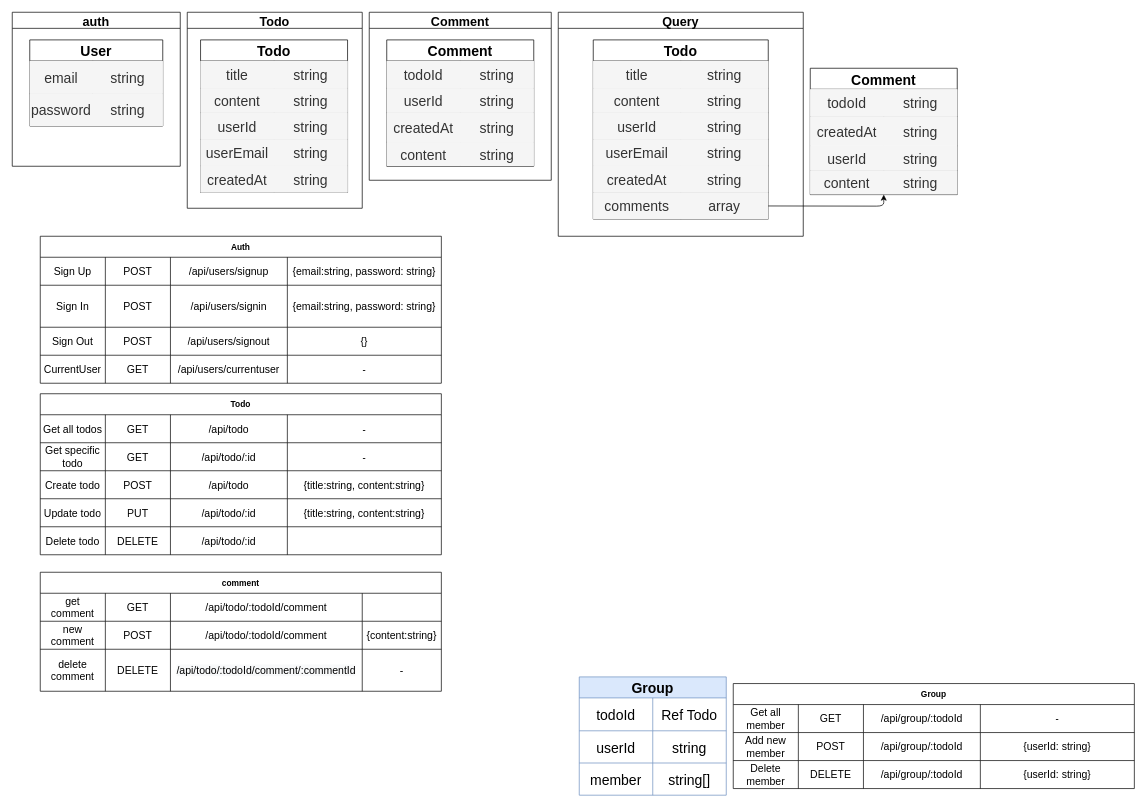
This is page "第2頁" (2 of 2) of Untitled Diagram.drawio from fan0223/TaskTracker, a draw.io file, before an edit. Source tidied: cells renumbered, new cells numbered last; positions are measured from the earlier drawing's top-left corner, leaving out a move shared by most shapes. Both pictures are drawn from the tidied source at 70%, with x=0, y=0 at pixel (12, 12).
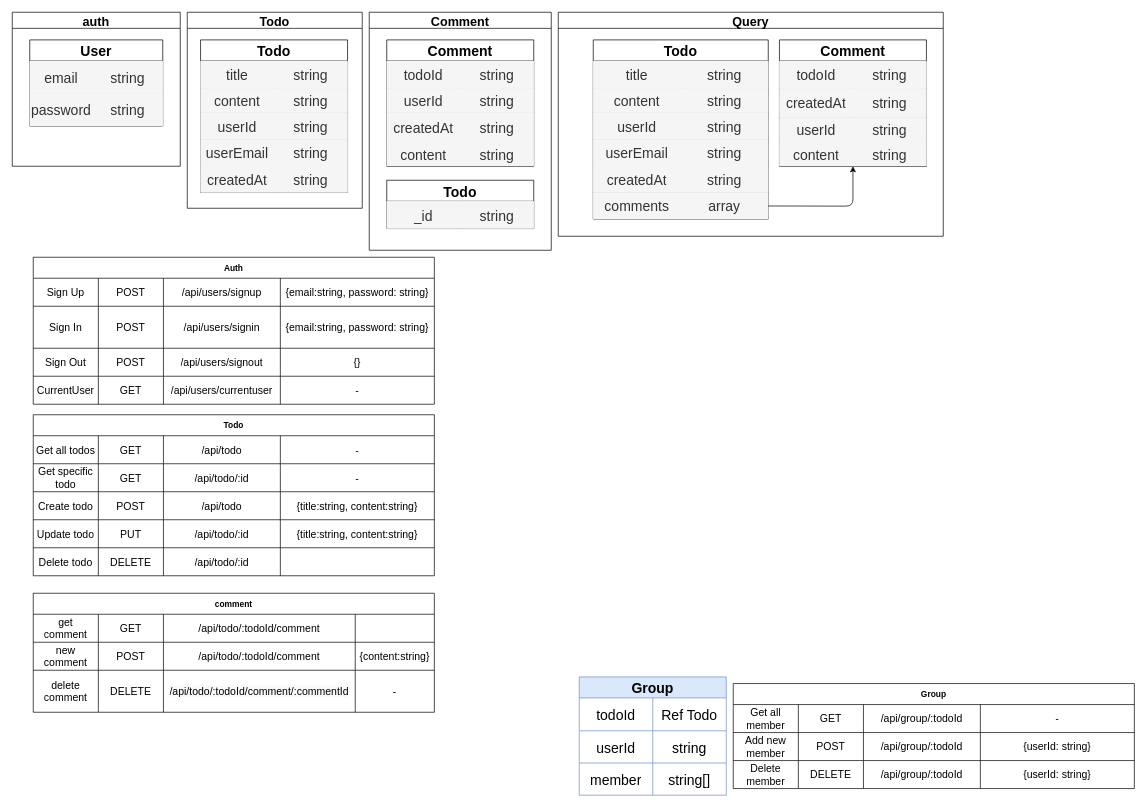
The same page after the edit.

Unchanged cells that the change refers to:
```xml
<mxCell id="131" style="shape=partialRectangle;whiteSpace=wrap;top=0;left=0;bottom=0;right=0;points=[[0,0.5],[1,0.5]];portConstraint=eastwest;rounded=0;shadow=0;sketch=0;fontSize=12;labelBackgroundColor=none;labelBorderColor=none;fillColor=#f5f5f5;fontColor=#333333;strokeColor=#666666;" parent="115" vertex="1">
  <mxGeometry y="218" width="250" height="38" as="geometry" />
</mxCell>
```

Diff of the diagram source:
```diff
@@
     <mxCell id="12" value="Auth" style="shape=table;startSize=30;childLayout=tableLayout;fontStyle=1;align=center;" parent="1" vertex="1">
-      <mxGeometry x="40" y="320" width="573" height="210" as="geometry" />
+      <mxGeometry x="30" y="350" width="573" height="210" as="geometry" />
     </mxCell>
@@
     <mxCell id="33" value="Todo" style="shape=table;startSize=30;childLayout=tableLayout;fontStyle=1;align=center;" parent="1" vertex="1">
-      <mxGeometry x="40" y="545" width="573" height="230" as="geometry" />
+      <mxGeometry x="30" y="575" width="573" height="230" as="geometry" />
     </mxCell>
@@
     <mxCell id="83" value="Comment" style="swimlane;shadow=0;fontSize=18;fillColor=default;gradientColor=#ffffff;" parent="1" vertex="1">
-      <mxGeometry x="510" width="260" height="240" as="geometry" />
+      <mxGeometry x="510" width="260" height="340" as="geometry" />
     </mxCell>
@@
+    <mxCell id="164" value="Todo" style="shape=table;startSize=30;childLayout=tableLayout;fontStyle=1;align=center;rounded=0;shadow=0;sketch=0;fontSize=20;swimlaneFillColor=none;labelBackgroundColor=none;labelBorderColor=none;fillColor=default;fontColor=default;strokeColor=default;" parent="83" vertex="1">
+      <mxGeometry x="25" y="240" width="210" height="69" as="geometry" />
+    </mxCell>
+    <mxCell id="165" style="shape=partialRectangle;whiteSpace=wrap;top=0;left=0;bottom=0;right=0;rounded=0;shadow=0;sketch=0;fontSize=12;labelBackgroundColor=none;labelBorderColor=none;fillColor=#f5f5f5;fontColor=#333333;strokeColor=#666666;" parent="164" vertex="1">
+      <mxGeometry y="30" width="210" height="39" as="geometry" />
+    </mxCell>
+    <mxCell id="166" value="_id" style="shape=partialRectangle;whiteSpace=wrap;top=0;left=0;bottom=0;right=0;overflow=hidden;rounded=0;shadow=0;sketch=0;fontSize=20;labelBackgroundColor=none;labelBorderColor=none;fillColor=#f5f5f5;fontColor=#333333;strokeColor=#666666;" parent="165" vertex="1">
+      <mxGeometry width="105" height="39" as="geometry" />
+    </mxCell>
+    <mxCell id="167" value="string" style="shape=partialRectangle;whiteSpace=wrap;top=0;left=0;bottom=0;right=0;overflow=hidden;rounded=0;shadow=0;sketch=0;fontSize=20;labelBackgroundColor=none;labelBorderColor=none;fillColor=#f5f5f5;fontColor=#333333;strokeColor=#666666;" parent="165" vertex="1">
+      <mxGeometry x="105" width="105" height="39" as="geometry" />
+    </mxCell>
@@
     <mxCell id="114" value="Query" style="swimlane;shadow=0;fontSize=18;fillColor=default;gradientColor=#ffffff;" parent="1" vertex="1">
-      <mxGeometry x="780" width="350" height="320" as="geometry" />
+      <mxGeometry x="780" width="550" height="320" as="geometry" />
     </mxCell>
@@
-    <mxCell id="134" value="Comment" style="shape=table;startSize=30;childLayout=tableLayout;fontStyle=1;align=center;rounded=0;shadow=0;sketch=0;fontSize=20;swimlaneFillColor=none;labelBackgroundColor=none;labelBorderColor=none;fillColor=default;fontColor=default;strokeColor=default;" parent="1" vertex="1">
-      <mxGeometry x="1140" y="80" width="210" height="180.5" as="geometry" />
+    <mxCell id="134" value="Comment" style="shape=table;startSize=30;childLayout=tableLayout;fontStyle=1;align=center;rounded=0;shadow=0;sketch=0;fontSize=20;swimlaneFillColor=none;labelBackgroundColor=none;labelBorderColor=none;fillColor=default;fontColor=default;strokeColor=default;" parent="114" vertex="1">
+      <mxGeometry x="316" y="39.5" width="210" height="180.5" as="geometry" />
     </mxCell>
@@
-    <mxCell id="147" style="edgeStyle=none;html=1;entryX=0.5;entryY=1;entryDx=0;entryDy=0;fontSize=18;" parent="1" edge="1" source="131" target="134">
+    <mxCell id="147" style="edgeStyle=none;html=1;entryX=0.5;entryY=1;entryDx=0;entryDy=0;fontSize=18;" parent="114" edge="1" source="131" target="134">
       <mxGeometry relative="1" as="geometry">
         <Array as="points">
-          <mxPoint x="1245" y="277" />
+          <mxPoint x="421" y="277" />
         </Array>
       </mxGeometry>
     </mxCell>
     <mxCell id="148" value="comment" style="shape=table;startSize=30;childLayout=tableLayout;fontStyle=1;align=center;" parent="1" vertex="1">
-      <mxGeometry x="40" y="800" width="573" height="170" as="geometry" />
+      <mxGeometry x="30" y="830" width="573" height="170" as="geometry" />
     </mxCell>
```
